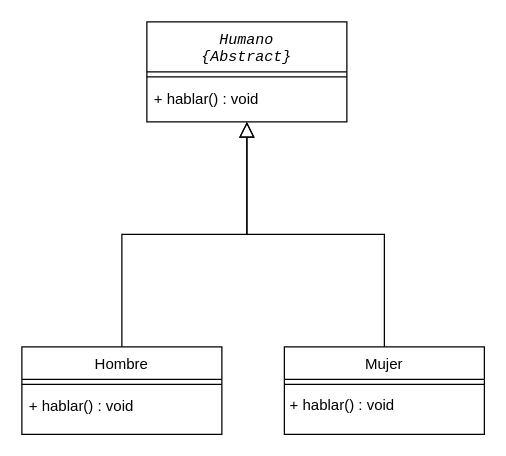
This is t5/polimorfismo/Humano/v1/DiagramaDeClases_Polimorfismo_HHM_v1.drawio from julcaso/inf515, a draw.io file, before an edit. Source tidied: cells renumbered, new cells numbered last; positions are measured from the earlier drawing's top-left corner, leaving out a move shared by most shapes. Both pictures are drawn from the tidied source at 125%, with x=0, y=0 at pixel (21, 21).
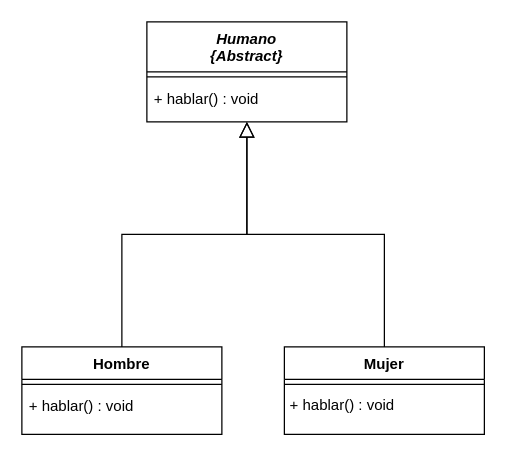
After the change.

The edit, as a diff of the source:
```diff
@@
 <mxGraphModel>
   <root>
     <mxCell id="0" />
     <mxCell id="1" parent="0" />
-    <mxCell id="2" value="Humano&#10;{Abstract}" style="swimlane;fontStyle=2;align=center;verticalAlign=top;horizontal=1;startSize=40;rounded=0;shadow=0;strokeWidth=1;fontFamily=Courier New;" parent="1" vertex="1">
+    <mxCell id="2" value="Humano&#10;{Abstract}" style="swimlane;fontStyle=3;align=center;verticalAlign=top;horizontal=1;startSize=40;rounded=0;shadow=0;strokeWidth=1;fontFamily=Helvetica;" parent="1" vertex="1">
       <mxGeometry x="100" width="160" height="80" as="geometry" />
     </mxCell>
     <mxCell id="3" style="line;html=1;strokeWidth=1;align=left;verticalAlign=middle;spacingTop=-1;spacingLeft=3;spacingRight=3;labelPosition=right;" parent="2" vertex="1">
       <mxGeometry y="40" width="160" height="8" as="geometry" />
     </mxCell>
     <mxCell id="4" value="+ hablar() : void" style="text;align=left;verticalAlign=top;spacingLeft=4;spacingRight=4;overflow=hidden;fontStyle=0;" parent="2" vertex="1">
       <mxGeometry y="48" width="160" height="26" as="geometry" />
     </mxCell>
-    <mxCell id="5" value="Hombre" style="swimlane;fontStyle=0;align=center;verticalAlign=top;horizontal=1;startSize=26;rounded=0;shadow=0;strokeWidth=1;" parent="1" vertex="1">
+    <mxCell id="5" value="Hombre" style="swimlane;fontStyle=1;align=center;verticalAlign=top;horizontal=1;startSize=26;rounded=0;shadow=0;strokeWidth=1;" parent="1" vertex="1">
       <mxGeometry y="260" width="160" height="70" as="geometry" />
     </mxCell>
     <mxCell id="6" style="line;html=1;strokeWidth=1;align=left;verticalAlign=middle;spacingTop=-1;spacingLeft=3;spacingRight=3;labelPosition=right;" parent="5" vertex="1">
       <mxGeometry y="26" width="160" height="8" as="geometry" />
     </mxCell>
     <mxCell id="7" value="+ hablar() : void" style="text;align=left;verticalAlign=top;spacingLeft=4;spacingRight=4;overflow=hidden;fontStyle=0;" parent="5" vertex="1">
       <mxGeometry y="34" width="160" height="26" as="geometry" />
     </mxCell>
     <mxCell id="8" style="endArrow=block;endSize=10;endFill=0;shadow=0;strokeWidth=1;rounded=0;edgeStyle=elbowEdgeStyle;elbow=vertical;" parent="1" edge="1" source="5" target="2">
       <mxGeometry relative="1" as="geometry" />
     </mxCell>
-    <mxCell id="9" value="Mujer" style="swimlane;fontStyle=0;align=center;verticalAlign=top;horizontal=1;startSize=26;rounded=0;shadow=0;strokeWidth=1;" parent="1" vertex="1">
+    <mxCell id="9" value="Mujer" style="swimlane;fontStyle=1;align=center;verticalAlign=top;horizontal=1;startSize=26;rounded=0;shadow=0;strokeWidth=1;" parent="1" vertex="1">
       <mxGeometry x="210" y="260" width="160" height="70" as="geometry" />
     </mxCell>
     <mxCell id="10" style="line;html=1;strokeWidth=1;align=left;verticalAlign=middle;spacingTop=-1;spacingLeft=3;spacingRight=3;labelPosition=right;" parent="9" vertex="1">
       <mxGeometry y="26" width="160" height="8" as="geometry" />
     </mxCell>
     <mxCell id="11" style="endArrow=block;endSize=10;endFill=0;shadow=0;strokeWidth=1;rounded=0;edgeStyle=elbowEdgeStyle;elbow=vertical;" parent="1" edge="1" source="9" target="2">
       <mxGeometry relative="1" as="geometry" />
     </mxCell>
     <mxCell id="12" value="+ hablar() : void" style="text;html=1;align=center;verticalAlign=middle;strokeColor=none;fillColor=none;" parent="1" vertex="1">
       <mxGeometry x="206" y="297" width="100" height="20" as="geometry" />
     </mxCell>
   </root>
 </mxGraphModel>
```
